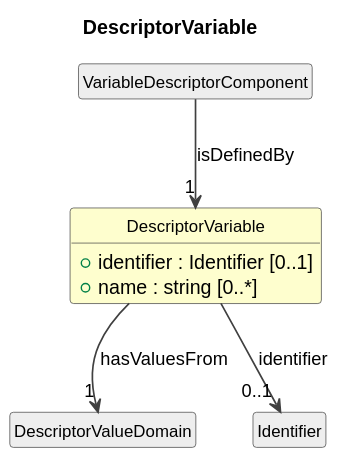
Before: cdif-uml-model/DataDescriptionWithStructure/Classes/DescriptorVariable.svg, a diagram exported from PlantUML (Cross-Domain-Interoperability-Framework/metadataBuildingBlocks). Its diagram source:
```plantuml
@startuml
title DescriptorVariable
hide circle
hide empty members
skinparam shadowing false
skinparam ArrowThickness 1.2
skinparam class {
  ArrowColor #404040
  BorderColor #404040
  FontSize 12
}

class "DescriptorVariable" as DescriptorVariable #FEFECE {
  +identifier : Identifier [0..1]
  +name : string [0..*]
}
class "VariableDescriptorComponent" as VariableDescriptorComponent #EEEEEE
VariableDescriptorComponent --> "1" DescriptorVariable : isDefinedBy
class "DescriptorValueDomain" as DescriptorValueDomain #EEEEEE
DescriptorVariable --> "1" DescriptorValueDomain : hasValuesFrom
class "Identifier" as Identifier #EEEEEE
DescriptorVariable --> "0..1" Identifier : identifier
@enduml
```
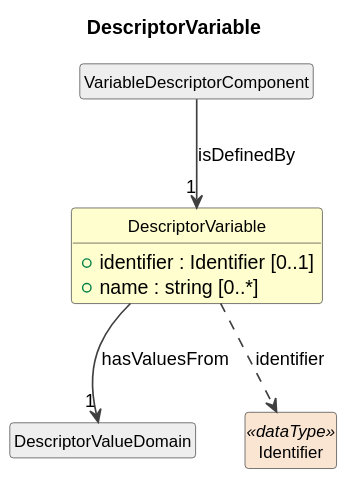
Above is the later version.

The edit, as a diff of the source:
```diff
@@ -18,6 +18,6 @@
 VariableDescriptorComponent --> "1" DescriptorVariable : isDefinedBy
 class "DescriptorValueDomain" as DescriptorValueDomain #EEEEEE
 DescriptorVariable --> "1" DescriptorValueDomain : hasValuesFrom
-class "Identifier" as Identifier #EEEEEE
-DescriptorVariable --> "0..1" Identifier : identifier
+class "Identifier" as Identifier <<dataType>> #FAE5D3
+DescriptorVariable ..> Identifier : identifier
 @enduml
```
